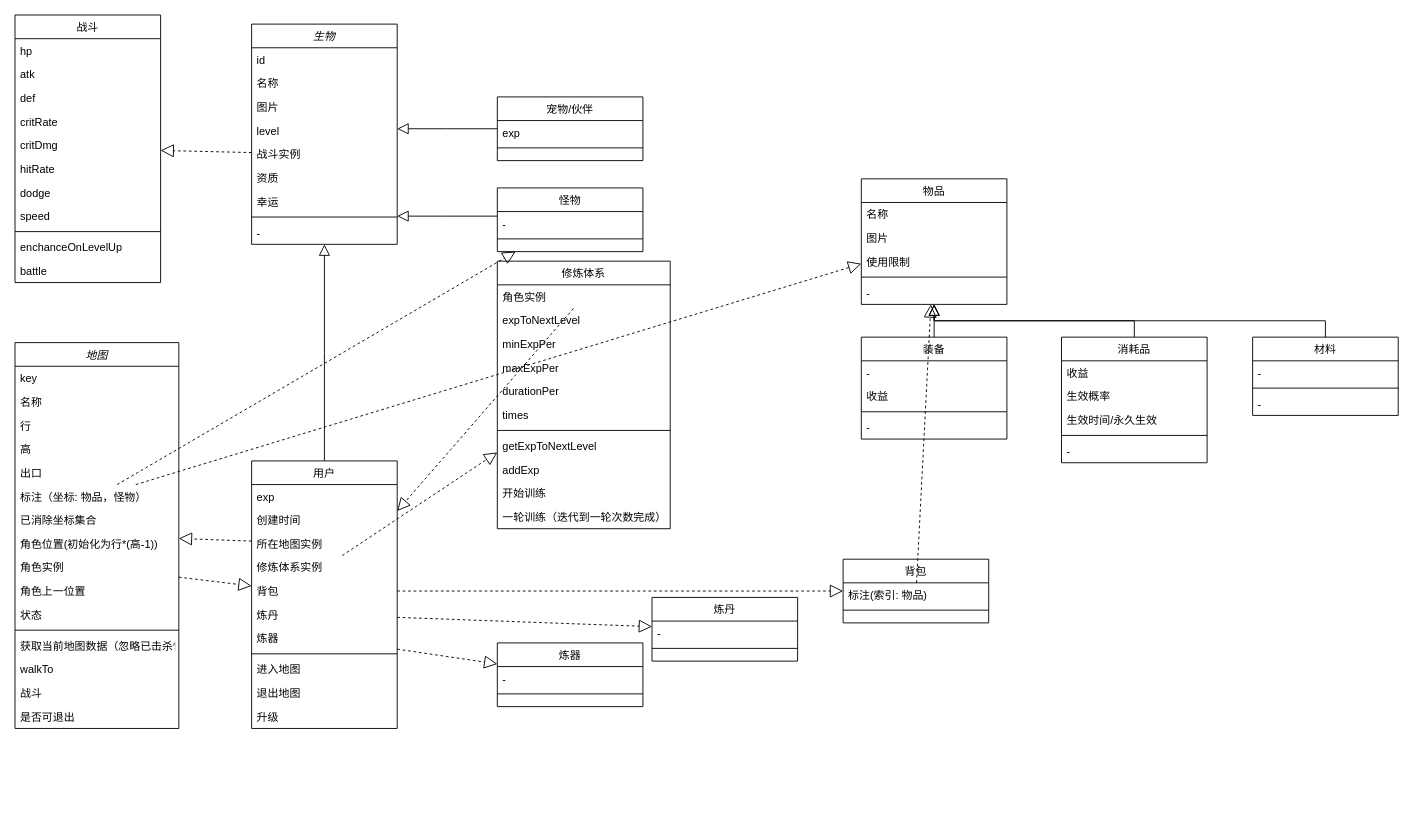
Above: 未命名绘图.drawio in 9kg/demo (draw.io), before the change. Source tidied: cells renumbered, new cells numbered last; positions are measured from the earlier drawing's top-left corner, leaving out a move shared by most shapes. Both pictures are drawn from the tidied source at 91%, with x=0, y=0 at pixel (15, 15).
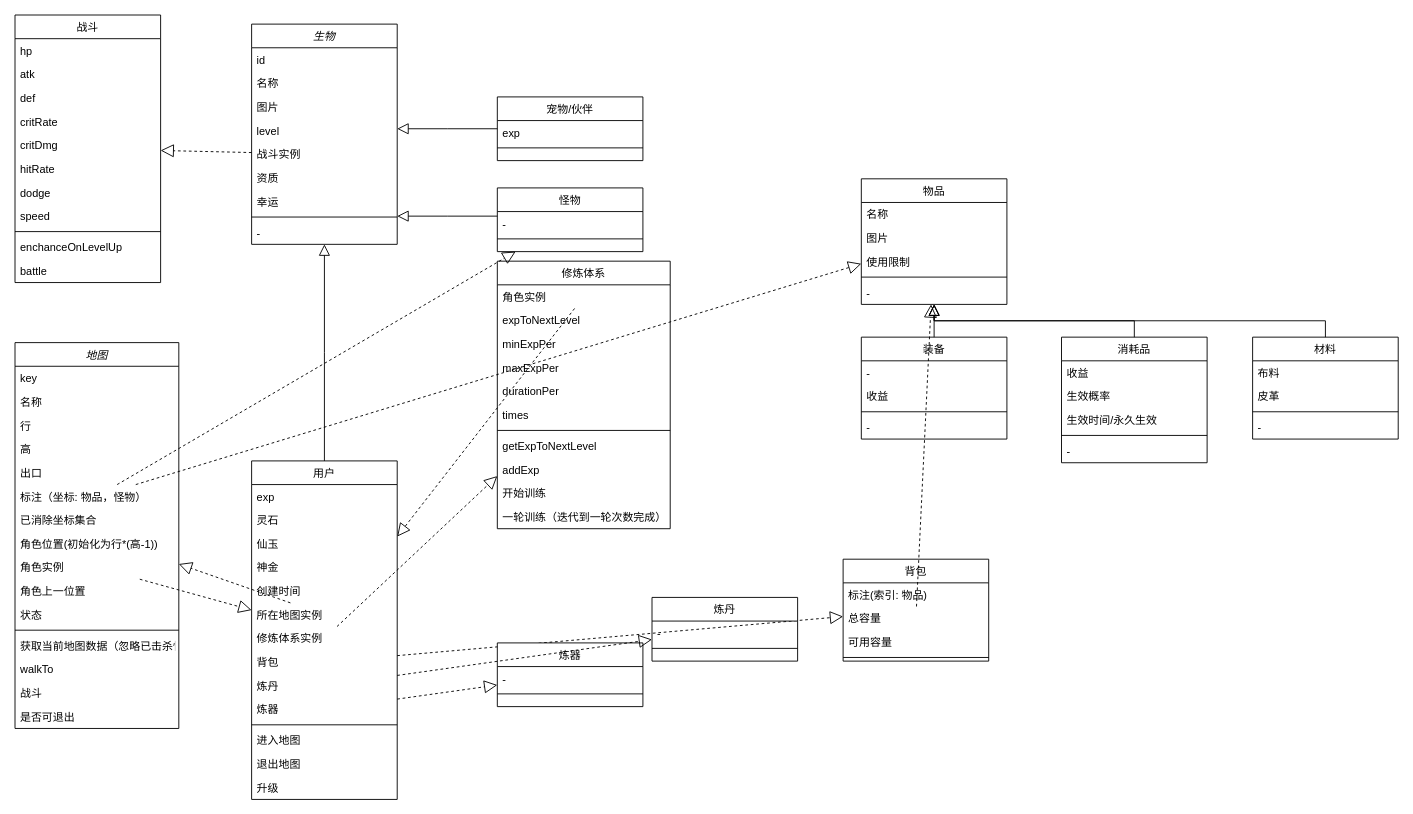
The same diagram, later.

Commit message:
更新未命名绘图.drawio

The edit, as a diff of the source:
```diff
@@
     <mxCell id="12" value="用户" style="swimlane;fontStyle=0;align=center;verticalAlign=top;horizontal=1;startSize=26;rounded=0;shadow=0;strokeWidth=1;" parent="1" vertex="1">
-      <mxGeometry x="260" y="490" width="160" height="294" as="geometry" />
+      <mxGeometry x="260" y="490" width="160" height="372" as="geometry" />
     </mxCell>
@@
+    <mxCell id="118" value="灵石" style="text;align=left;verticalAlign=top;spacingLeft=4;spacingRight=4;overflow=hidden;" parent="12" vertex="1">
+      <mxGeometry y="52" width="160" height="26" as="geometry" />
+    </mxCell>
+    <mxCell id="119" value="仙玉" style="text;align=left;verticalAlign=top;spacingLeft=4;spacingRight=4;overflow=hidden;" parent="12" vertex="1">
+      <mxGeometry y="78" width="160" height="26" as="geometry" />
+    </mxCell>
+    <mxCell id="120" value="神金" style="text;align=left;verticalAlign=top;spacingLeft=4;spacingRight=4;overflow=hidden;" parent="12" vertex="1">
+      <mxGeometry y="104" width="160" height="26" as="geometry" />
+    </mxCell>
     <mxCell id="14" value="创建时间" style="text;align=left;verticalAlign=top;spacingLeft=4;spacingRight=4;overflow=hidden;rounded=0;shadow=0;html=0;" parent="12" vertex="1">
-      <mxGeometry y="52" width="160" height="26" as="geometry" />
+      <mxGeometry y="130" width="160" height="26" as="geometry" />
     </mxCell>
     <mxCell id="15" value="所在地图实例" style="text;align=left;verticalAlign=top;spacingLeft=4;spacingRight=4;overflow=hidden;points=[[0,0.5],[1,0.5]];portConstraint=eastwest;" parent="12" vertex="1">
-      <mxGeometry y="78" width="160" height="26" as="geometry" />
+      <mxGeometry y="156" width="160" height="26" as="geometry" />
     </mxCell>
     <mxCell id="16" value="修炼体系实例" style="text;align=left;verticalAlign=top;spacingLeft=4;spacingRight=4;overflow=hidden;points=[[0,0.5],[1,0.5]];portConstraint=eastwest;rounded=0;shadow=0;html=0;" parent="12" vertex="1">
-      <mxGeometry y="104" width="160" height="26" as="geometry" />
+      <mxGeometry y="182" width="160" height="26" as="geometry" />
     </mxCell>
     <mxCell id="17" value="背包" style="text;align=left;verticalAlign=top;spacingLeft=4;spacingRight=4;overflow=hidden;points=[[0,0.5],[1,0.5]];portConstraint=eastwest;rounded=0;shadow=0;html=0;" parent="12" vertex="1">
-      <mxGeometry y="130" width="160" height="26" as="geometry" />
+      <mxGeometry y="208" width="160" height="26" as="geometry" />
     </mxCell>
     <mxCell id="18" value="炼丹" style="text;align=left;verticalAlign=top;spacingLeft=4;spacingRight=4;overflow=hidden;points=[[0,0.5],[1,0.5]];portConstraint=eastwest;rounded=0;shadow=0;html=0;" parent="12" vertex="1">
-      <mxGeometry y="156" width="160" height="26" as="geometry" />
+      <mxGeometry y="234" width="160" height="26" as="geometry" />
     </mxCell>
     <mxCell id="19" value="炼器" style="text;align=left;verticalAlign=top;spacingLeft=4;spacingRight=4;overflow=hidden;points=[[0,0.5],[1,0.5]];portConstraint=eastwest;rounded=0;shadow=0;html=0;" parent="12" vertex="1">
-      <mxGeometry y="182" width="160" height="26" as="geometry" />
+      <mxGeometry y="260" width="160" height="26" as="geometry" />
     </mxCell>
     <mxCell id="20" style="line;html=1;strokeWidth=1;align=left;verticalAlign=middle;spacingTop=-1;spacingLeft=3;spacingRight=3;labelPosition=right;" parent="12" vertex="1">
-      <mxGeometry y="208" width="160" height="8" as="geometry" />
+      <mxGeometry y="286" width="160" height="8" as="geometry" />
     </mxCell>
     <mxCell id="21" value="进入地图" style="text;align=left;verticalAlign=top;spacingLeft=4;spacingRight=4;overflow=hidden;" parent="12" vertex="1">
-      <mxGeometry y="216" width="160" height="26" as="geometry" />
+      <mxGeometry y="294" width="160" height="26" as="geometry" />
     </mxCell>
     <mxCell id="22" value="退出地图" style="text;align=left;verticalAlign=top;spacingLeft=4;spacingRight=4;overflow=hidden;" parent="12" vertex="1">
-      <mxGeometry y="242" width="160" height="26" as="geometry" />
+      <mxGeometry y="320" width="160" height="26" as="geometry" />
     </mxCell>
     <mxCell id="23" value="升级" style="text;align=left;verticalAlign=top;spacingLeft=4;spacingRight=4;overflow=hidden;" parent="12" vertex="1">
-      <mxGeometry y="268" width="160" height="26" as="geometry" />
+      <mxGeometry y="346" width="160" height="26" as="geometry" />
     </mxCell>
@@
     <mxCell id="79" value="背包" style="swimlane;fontStyle=0;align=center;verticalAlign=top;horizontal=1;startSize=26;rounded=0;shadow=0;strokeWidth=1;" parent="1" vertex="1">
-      <mxGeometry x="910" y="598" width="160" height="70" as="geometry" />
+      <mxGeometry x="910" y="598" width="160" height="112" as="geometry" />
     </mxCell>
+    <mxCell id="121" value="标注(索引: 物品)" style="text;align=left;verticalAlign=top;spacingLeft=4;spacingRight=4;overflow=hidden;" parent="79" vertex="1">
+      <mxGeometry y="26" width="160" height="26" as="geometry" />
+    </mxCell>
-    <mxCell id="80" value="标注(索引: 物品)" style="text;align=left;verticalAlign=top;spacingLeft=4;spacingRight=4;overflow=hidden;points=[[0,0.5],[1,0.5]];portConstraint=eastwest;" parent="79" vertex="1">
-      <mxGeometry y="26" width="160" height="26" as="geometry" />
+    <mxCell id="80" value="总容量" style="text;align=left;verticalAlign=top;spacingLeft=4;spacingRight=4;overflow=hidden;points=[[0,0.5],[1,0.5]];portConstraint=eastwest;" parent="79" vertex="1">
+      <mxGeometry y="52" width="160" height="26" as="geometry" />
     </mxCell>
+    <mxCell id="122" value="可用容量" style="text;align=left;verticalAlign=top;spacingLeft=4;spacingRight=4;overflow=hidden;" parent="79" vertex="1">
+      <mxGeometry y="78" width="160" height="26" as="geometry" />
+    </mxCell>
     <mxCell id="81" style="line;html=1;strokeWidth=1;align=left;verticalAlign=middle;spacingTop=-1;spacingLeft=3;spacingRight=3;labelPosition=right;" parent="79" vertex="1">
-      <mxGeometry y="52" width="160" height="8" as="geometry" />
+      <mxGeometry y="104" width="160" height="8" as="geometry" />
     </mxCell>
@@
     <mxCell id="108" value="材料" style="swimlane;fontStyle=0;align=center;verticalAlign=top;horizontal=1;startSize=26;rounded=0;shadow=0;strokeWidth=1;" parent="1" vertex="1">
-      <mxGeometry x="1360" y="354" width="160" height="86" as="geometry" />
+      <mxGeometry x="1360" y="354" width="160" height="112" as="geometry" />
     </mxCell>
-    <mxCell id="109" value="-" style="text;align=left;verticalAlign=top;spacingLeft=4;spacingRight=4;overflow=hidden;" parent="108" vertex="1">
+    <mxCell id="109" value="布料" style="text;align=left;verticalAlign=top;spacingLeft=4;spacingRight=4;overflow=hidden;" parent="108" vertex="1">
       <mxGeometry y="26" width="160" height="26" as="geometry" />
     </mxCell>
+    <mxCell id="123" value="皮革" style="text;align=left;verticalAlign=top;spacingLeft=4;spacingRight=4;overflow=hidden;" parent="108" vertex="1">
+      <mxGeometry y="52" width="160" height="26" as="geometry" />
+    </mxCell>
     <mxCell id="110" style="line;html=1;strokeWidth=1;align=left;verticalAlign=middle;spacingTop=-1;spacingLeft=3;spacingRight=3;labelPosition=right;" parent="108" vertex="1">
-      <mxGeometry y="52" width="160" height="8" as="geometry" />
+      <mxGeometry y="78" width="160" height="8" as="geometry" />
     </mxCell>
     <mxCell id="111" value="-" style="text;align=left;verticalAlign=top;spacingLeft=4;spacingRight=4;overflow=hidden;" parent="108" vertex="1">
-      <mxGeometry y="60" width="160" height="26" as="geometry" />
+      <mxGeometry y="86" width="160" height="26" as="geometry" />
     </mxCell>
```
